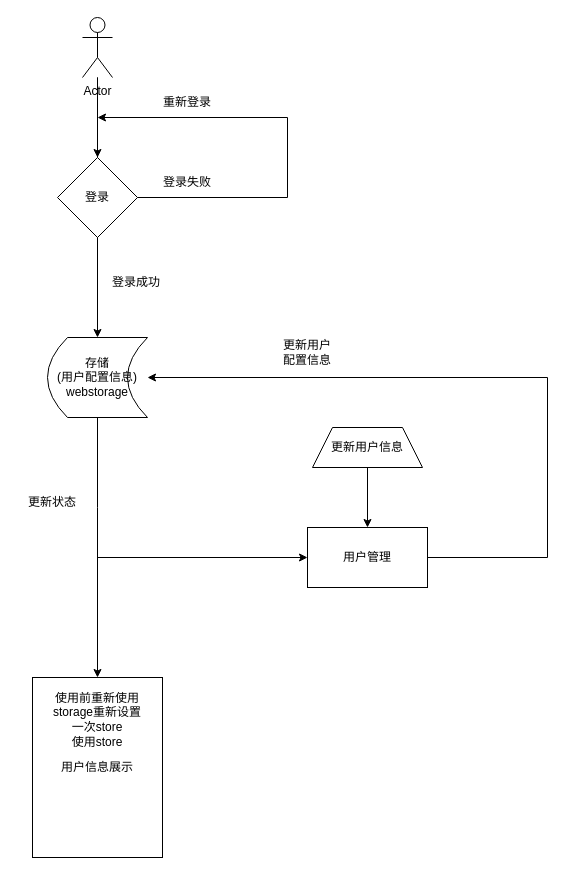
This is login.drawio from Jinxishihenian/mind_mapping, a draw.io file, before an edit. Source tidied: cells renumbered, new cells numbered last; positions are measured from the earlier drawing's top-left corner, leaving out a move shared by most shapes. Both pictures are drawn from the tidied source at 100%, with x=0, y=0 at pixel (22, 17).
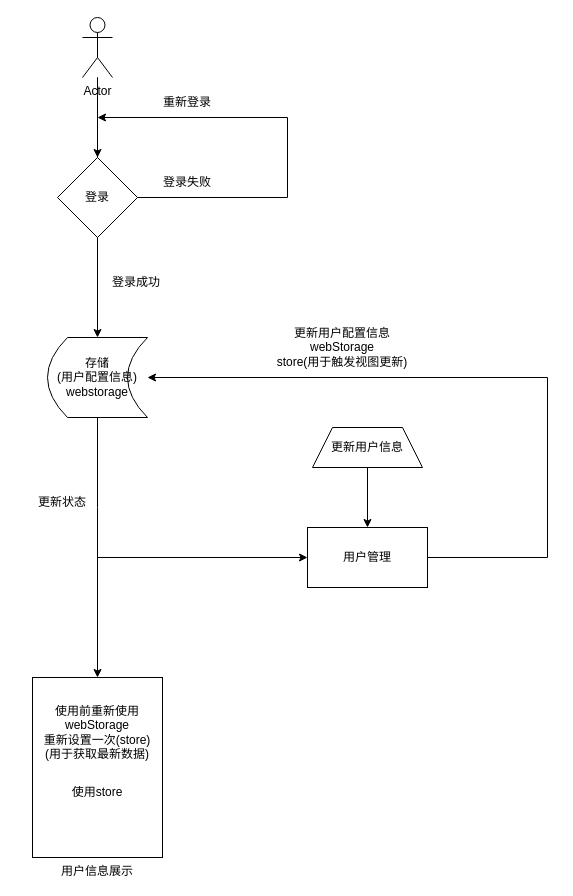
The same diagram, later.

Commit message:
更新用户信息基本思路

Diff of the diagram source:
```diff
@@
-    <mxCell id="14" value="用户信息展示" style="rounded=0;whiteSpace=wrap;html=1;" parent="1" vertex="1">
+    <mxCell id="14" value="用户信息展示" style="rounded=0;whiteSpace=wrap;html=1;labelPosition=center;verticalLabelPosition=bottom;align=center;verticalAlign=top;" parent="1" vertex="1">
       <mxGeometry x="10" y="660" width="130" height="180" as="geometry" />
     </mxCell>
@@
     <mxCell id="21" value="更新状态" style="text;html=1;strokeColor=none;fillColor=none;align=center;verticalAlign=middle;whiteSpace=wrap;rounded=0;" parent="1" vertex="1">
-      <mxGeometry y="470" width="60" height="30" as="geometry" />
+      <mxGeometry x="10" y="470" width="60" height="30" as="geometry" />
     </mxCell>
-    <mxCell id="22" value="更新用户配置信息" style="text;html=1;strokeColor=none;fillColor=none;align=center;verticalAlign=middle;whiteSpace=wrap;rounded=0;" parent="1" vertex="1">
-      <mxGeometry x="255" y="320" width="60" height="30" as="geometry" />
+    <mxCell id="22" value="更新用户配置信息&lt;br&gt;webStorage&lt;br&gt;store(用于触发视图更新)" style="text;html=1;strokeColor=none;fillColor=none;align=center;verticalAlign=middle;whiteSpace=wrap;rounded=0;" parent="1" vertex="1">
+      <mxGeometry x="225" y="250" width="190" height="160" as="geometry" />
     </mxCell>
-    <mxCell id="23" value="使用前重新使用storage重新设置一次store" style="text;html=1;strokeColor=none;fillColor=none;align=center;verticalAlign=middle;whiteSpace=wrap;rounded=0;" parent="1" vertex="1">
-      <mxGeometry x="25" y="630" width="100" height="130" as="geometry" />
+    <mxCell id="23" value="使用前重新使用&lt;br&gt;webStorage&lt;br&gt;重新设置一次(store)&lt;br&gt;(用于获取最新数据)" style="text;html=1;strokeColor=none;fillColor=none;align=center;verticalAlign=middle;whiteSpace=wrap;rounded=0;" parent="1" vertex="1">
+      <mxGeometry x="-5" y="650" width="160" height="130" as="geometry" />
     </mxCell>
     <mxCell id="24" value="使用store" style="text;html=1;strokeColor=none;fillColor=none;align=center;verticalAlign=middle;whiteSpace=wrap;rounded=0;" parent="1" vertex="1">
-      <mxGeometry x="45" y="710" width="60" height="30" as="geometry" />
+      <mxGeometry x="45" y="760" width="60" height="30" as="geometry" />
     </mxCell>
```
